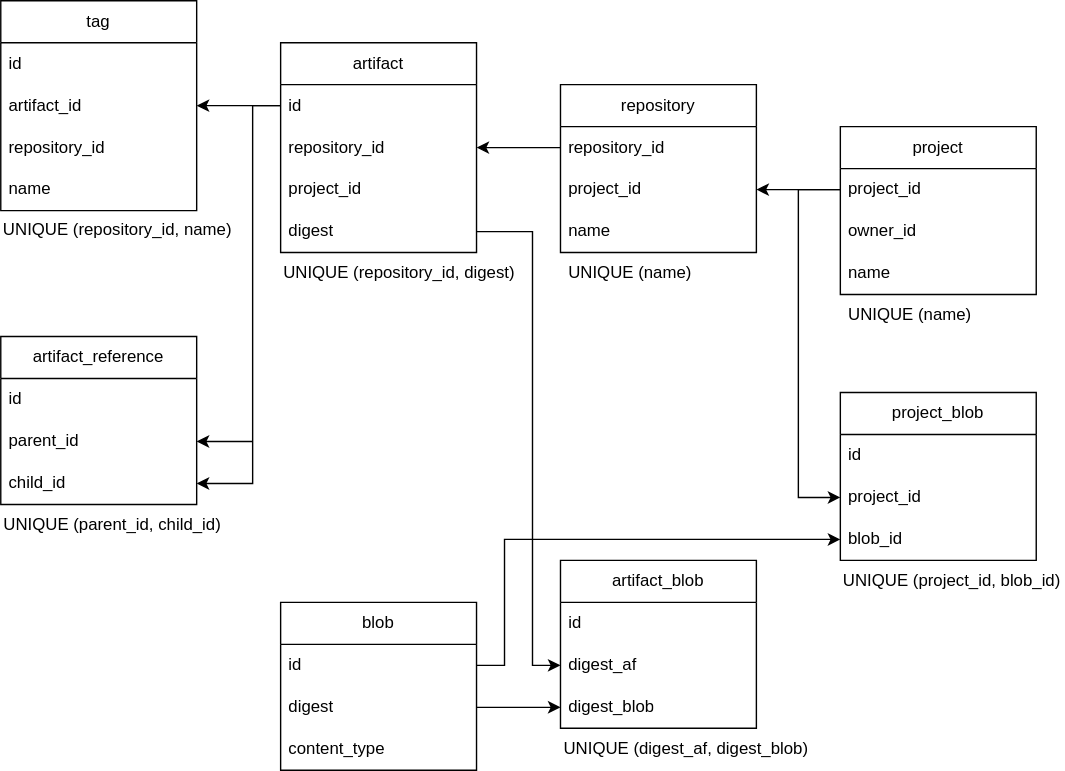
Before: docs/db_design.drawio.svg, a diagram exported from draw.io (kojiTree/Harbor_demo). Source tidied: cells renumbered, new cells last; positions are measured from the earlier drawing's top-left corner, leaving out a move shared by most shapes. Its diagram source:
```xml
<mxGraphModel>
  <root>
    <mxCell id="0" />
    <mxCell id="1" parent="0" />
    <mxCell id="2" value="project" style="swimlane;fontStyle=0;horizontal=1;startSize=30;whiteSpace=wrap;html=1;" parent="1" vertex="1">
      <mxGeometry x="600" y="90" width="140" height="120" as="geometry" />
    </mxCell>
    <mxCell id="3" value="project_id" style="text;strokeColor=none;fillColor=none;align=left;verticalAlign=middle;spacingLeft=4;spacingRight=4;overflow=hidden;points=[[0,0.5],[1,0.5]];portConstraint=eastwest;whiteSpace=wrap;html=1;" parent="2" vertex="1">
      <mxGeometry y="30" width="140" height="30" as="geometry" />
    </mxCell>
    <mxCell id="4" value="owner_id" style="text;strokeColor=none;fillColor=none;align=left;verticalAlign=middle;spacingLeft=4;spacingRight=4;overflow=hidden;whiteSpace=wrap;html=1;" parent="2" vertex="1">
      <mxGeometry y="60" width="140" height="30" as="geometry" />
    </mxCell>
    <mxCell id="5" value="name" style="text;strokeColor=none;fillColor=none;align=left;verticalAlign=middle;spacingLeft=4;spacingRight=4;overflow=hidden;whiteSpace=wrap;html=1;" parent="2" vertex="1">
      <mxGeometry y="90" width="140" height="30" as="geometry" />
    </mxCell>
    <mxCell id="6" value="repository" style="swimlane;fontStyle=0;horizontal=1;startSize=30;whiteSpace=wrap;html=1;" parent="1" vertex="1">
      <mxGeometry x="400" y="60" width="140" height="120" as="geometry" />
    </mxCell>
    <mxCell id="7" value="repository_id" style="text;strokeColor=none;fillColor=none;align=left;verticalAlign=middle;spacingLeft=4;spacingRight=4;overflow=hidden;points=[[0,0.5],[1,0.5]];portConstraint=eastwest;whiteSpace=wrap;html=1;" parent="6" vertex="1">
      <mxGeometry y="30" width="140" height="30" as="geometry" />
    </mxCell>
    <mxCell id="8" value="project_id" style="text;strokeColor=none;fillColor=none;align=left;verticalAlign=middle;spacingLeft=4;spacingRight=4;overflow=hidden;points=[[0,0.5],[1,0.5]];portConstraint=eastwest;whiteSpace=wrap;html=1;" parent="6" vertex="1">
      <mxGeometry y="60" width="140" height="30" as="geometry" />
    </mxCell>
    <mxCell id="9" value="name" style="text;strokeColor=none;fillColor=none;align=left;verticalAlign=middle;spacingLeft=4;spacingRight=4;overflow=hidden;whiteSpace=wrap;html=1;" parent="6" vertex="1">
      <mxGeometry y="90" width="140" height="30" as="geometry" />
    </mxCell>
    <mxCell id="10" style="edgeStyle=none;html=1;exitX=0;exitY=0.5;exitDx=0;exitDy=0;entryX=1;entryY=0.5;entryDx=0;entryDy=0;" parent="1" edge="1" source="12" target="18">
      <mxGeometry relative="1" as="geometry" />
    </mxCell>
    <mxCell id="11" value="artifact" style="swimlane;fontStyle=0;horizontal=1;startSize=30;whiteSpace=wrap;html=1;" parent="1" vertex="1">
      <mxGeometry x="200" y="30" width="140" height="150" as="geometry" />
    </mxCell>
    <mxCell id="12" value="id" style="text;strokeColor=none;fillColor=none;align=left;verticalAlign=middle;spacingLeft=4;spacingRight=4;overflow=hidden;points=[[0,0.5],[1,0.5]];portConstraint=eastwest;whiteSpace=wrap;html=1;" parent="11" vertex="1">
      <mxGeometry y="30" width="140" height="30" as="geometry" />
    </mxCell>
    <mxCell id="13" value="repository_id" style="text;strokeColor=none;fillColor=none;align=left;verticalAlign=middle;spacingLeft=4;spacingRight=4;overflow=hidden;points=[[0,0.5],[1,0.5]];portConstraint=eastwest;whiteSpace=wrap;html=1;" parent="11" vertex="1">
      <mxGeometry y="60" width="140" height="30" as="geometry" />
    </mxCell>
    <mxCell id="14" value="project_id" style="text;strokeColor=none;fillColor=none;align=left;verticalAlign=middle;spacingLeft=4;spacingRight=4;overflow=hidden;whiteSpace=wrap;html=1;" parent="11" vertex="1">
      <mxGeometry y="90" width="140" height="30" as="geometry" />
    </mxCell>
    <mxCell id="15" value="digest" style="text;strokeColor=none;fillColor=none;align=left;verticalAlign=middle;spacingLeft=4;spacingRight=4;overflow=hidden;points=[[0,0.5],[1,0.5]];portConstraint=eastwest;whiteSpace=wrap;html=1;" parent="11" vertex="1">
      <mxGeometry y="120" width="140" height="30" as="geometry" />
    </mxCell>
    <mxCell id="16" value="tag" style="swimlane;fontStyle=0;horizontal=1;startSize=30;whiteSpace=wrap;html=1;" parent="1" vertex="1">
      <mxGeometry width="140" height="150" as="geometry" />
    </mxCell>
    <mxCell id="17" value="id" style="text;strokeColor=none;fillColor=none;align=left;verticalAlign=middle;spacingLeft=4;spacingRight=4;overflow=hidden;whiteSpace=wrap;html=1;" parent="16" vertex="1">
      <mxGeometry y="30" width="140" height="30" as="geometry" />
    </mxCell>
    <mxCell id="18" value="artifact_id" style="text;strokeColor=none;fillColor=none;align=left;verticalAlign=middle;spacingLeft=4;spacingRight=4;overflow=hidden;points=[[0,0.5],[1,0.5]];portConstraint=eastwest;whiteSpace=wrap;html=1;" parent="16" vertex="1">
      <mxGeometry y="60" width="140" height="30" as="geometry" />
    </mxCell>
    <mxCell id="19" value="repository_id" style="text;strokeColor=none;fillColor=none;align=left;verticalAlign=middle;spacingLeft=4;spacingRight=4;overflow=hidden;whiteSpace=wrap;html=1;" parent="16" vertex="1">
      <mxGeometry y="90" width="140" height="30" as="geometry" />
    </mxCell>
    <mxCell id="20" value="name" style="text;strokeColor=none;fillColor=none;align=left;verticalAlign=middle;spacingLeft=4;spacingRight=4;overflow=hidden;whiteSpace=wrap;html=1;" parent="16" vertex="1">
      <mxGeometry y="120" width="140" height="30" as="geometry" />
    </mxCell>
    <mxCell id="21" value="UNIQUE (repository_id, name)" style="text;whiteSpace=wrap;" parent="1" vertex="1">
      <mxGeometry y="150" width="170" height="30" as="geometry" />
    </mxCell>
    <mxCell id="22" value="UNIQUE (repository_id, digest)" style="text;html=1;align=center;verticalAlign=middle;whiteSpace=wrap;rounded=0;" parent="1" vertex="1">
      <mxGeometry x="200" y="180" width="170" height="30" as="geometry" />
    </mxCell>
    <mxCell id="23" style="edgeStyle=none;html=1;exitX=0;exitY=0.5;exitDx=0;exitDy=0;entryX=1;entryY=0.5;entryDx=0;entryDy=0;" parent="1" edge="1" source="7" target="13">
      <mxGeometry relative="1" as="geometry" />
    </mxCell>
    <mxCell id="24" style="edgeStyle=none;html=1;exitX=0;exitY=0.5;exitDx=0;exitDy=0;entryX=1;entryY=0.5;entryDx=0;entryDy=0;" parent="1" edge="1" source="3" target="8">
      <mxGeometry relative="1" as="geometry" />
    </mxCell>
    <mxCell id="25" value="UNIQUE (name)" style="text;html=1;align=center;verticalAlign=middle;whiteSpace=wrap;rounded=0;" parent="1" vertex="1">
      <mxGeometry x="400" y="180" width="100" height="30" as="geometry" />
    </mxCell>
    <mxCell id="26" value="UNIQUE (name)" style="text;html=1;align=center;verticalAlign=middle;whiteSpace=wrap;rounded=0;" parent="1" vertex="1">
      <mxGeometry x="600" y="210" width="100" height="30" as="geometry" />
    </mxCell>
    <mxCell id="27" value="artifact_reference" style="swimlane;fontStyle=0;horizontal=1;startSize=30;whiteSpace=wrap;html=1;" parent="1" vertex="1">
      <mxGeometry y="240" width="140" height="120" as="geometry" />
    </mxCell>
    <mxCell id="28" value="id" style="text;strokeColor=none;fillColor=none;align=left;verticalAlign=middle;spacingLeft=4;spacingRight=4;overflow=hidden;whiteSpace=wrap;html=1;" parent="27" vertex="1">
      <mxGeometry y="30" width="140" height="30" as="geometry" />
    </mxCell>
    <mxCell id="29" value="parent_id" style="text;strokeColor=none;fillColor=none;align=left;verticalAlign=middle;spacingLeft=4;spacingRight=4;overflow=hidden;points=[[0,0.5],[1,0.5]];portConstraint=eastwest;whiteSpace=wrap;html=1;" parent="27" vertex="1">
      <mxGeometry y="60" width="140" height="30" as="geometry" />
    </mxCell>
    <mxCell id="30" value="child_id" style="text;strokeColor=none;fillColor=none;align=left;verticalAlign=middle;spacingLeft=4;spacingRight=4;overflow=hidden;points=[[0,0.5],[1,0.5]];portConstraint=eastwest;whiteSpace=wrap;html=1;" parent="27" vertex="1">
      <mxGeometry y="90" width="140" height="30" as="geometry" />
    </mxCell>
    <mxCell id="31" value="UNIQUE (parent_id, child_id)" style="text;html=1;align=center;verticalAlign=middle;whiteSpace=wrap;rounded=0;" parent="1" vertex="1">
      <mxGeometry y="360" width="160" height="30" as="geometry" />
    </mxCell>
    <mxCell id="32" style="edgeStyle=orthogonalEdgeStyle;html=1;exitX=0;exitY=0.5;exitDx=0;exitDy=0;entryX=1;entryY=0.5;entryDx=0;entryDy=0;rounded=0;curved=0;" parent="1" edge="1" source="12" target="30">
      <mxGeometry relative="1" as="geometry">
        <Array as="points">
          <mxPoint x="180" y="75" />
          <mxPoint x="180" y="345" />
        </Array>
      </mxGeometry>
    </mxCell>
    <mxCell id="33" style="endArrow=classic;html=1;entryX=1;entryY=0.5;entryDx=0;entryDy=0;" parent="1" edge="1" target="29">
      <mxGeometry relative="1" as="geometry">
        <mxPoint x="180" y="315" as="sourcePoint" />
      </mxGeometry>
    </mxCell>
    <mxCell id="34" value="blob" style="swimlane;fontStyle=0;horizontal=1;startSize=30;whiteSpace=wrap;html=1;" parent="1" vertex="1">
      <mxGeometry x="200" y="430" width="140" height="120" as="geometry" />
    </mxCell>
    <mxCell id="35" value="id" style="text;strokeColor=none;fillColor=none;align=left;verticalAlign=middle;spacingLeft=4;spacingRight=4;overflow=hidden;points=[[0,0.5],[1,0.5]];portConstraint=eastwest;whiteSpace=wrap;html=1;" parent="34" vertex="1">
      <mxGeometry y="30" width="140" height="30" as="geometry" />
    </mxCell>
    <mxCell id="36" value="digest" style="text;strokeColor=none;fillColor=none;align=left;verticalAlign=middle;spacingLeft=4;spacingRight=4;overflow=hidden;points=[[0,0.5],[1,0.5]];portConstraint=eastwest;whiteSpace=wrap;html=1;" parent="34" vertex="1">
      <mxGeometry y="60" width="140" height="30" as="geometry" />
    </mxCell>
    <mxCell id="37" value="content_type" style="text;strokeColor=none;fillColor=none;align=left;verticalAlign=middle;spacingLeft=4;spacingRight=4;overflow=hidden;whiteSpace=wrap;html=1;" parent="34" vertex="1">
      <mxGeometry y="90" width="140" height="30" as="geometry" />
    </mxCell>
    <mxCell id="38" style="edgeStyle=orthogonalEdgeStyle;html=1;exitX=1;exitY=0.5;exitDx=0;exitDy=0;entryX=0;entryY=0.5;entryDx=0;entryDy=0;rounded=0;curved=0;" parent="1" edge="1" source="15" target="46">
      <mxGeometry relative="1" as="geometry">
        <Array as="points">
          <mxPoint x="380" y="165" />
          <mxPoint x="380" y="475" />
        </Array>
      </mxGeometry>
    </mxCell>
    <mxCell id="39" value="project_blob" style="swimlane;fontStyle=0;horizontal=1;startSize=30;whiteSpace=wrap;html=1;" parent="1" vertex="1">
      <mxGeometry x="600" y="280" width="140" height="120" as="geometry" />
    </mxCell>
    <mxCell id="40" value="id" style="text;strokeColor=none;fillColor=none;align=left;verticalAlign=middle;spacingLeft=4;spacingRight=4;overflow=hidden;whiteSpace=wrap;html=1;" parent="39" vertex="1">
      <mxGeometry y="30" width="140" height="30" as="geometry" />
    </mxCell>
    <mxCell id="41" value="project_id" style="text;strokeColor=none;fillColor=none;align=left;verticalAlign=middle;spacingLeft=4;spacingRight=4;overflow=hidden;points=[[0,0.5],[1,0.5]];portConstraint=eastwest;whiteSpace=wrap;html=1;" parent="39" vertex="1">
      <mxGeometry y="60" width="140" height="30" as="geometry" />
    </mxCell>
    <mxCell id="42" value="blob_id" style="text;strokeColor=none;fillColor=none;align=left;verticalAlign=middle;spacingLeft=4;spacingRight=4;overflow=hidden;points=[[0,0.5],[1,0.5]];portConstraint=eastwest;whiteSpace=wrap;html=1;" parent="39" vertex="1">
      <mxGeometry y="90" width="140" height="30" as="geometry" />
    </mxCell>
    <mxCell id="43" style="edgeStyle=orthogonalEdgeStyle;html=1;exitX=0;exitY=0.5;exitDx=0;exitDy=0;rounded=0;curved=0;entryX=0;entryY=0.5;entryDx=0;entryDy=0;" parent="1" edge="1" source="3" target="41">
      <mxGeometry relative="1" as="geometry">
        <Array as="points">
          <mxPoint x="570" y="135" />
          <mxPoint x="570" y="355" />
        </Array>
      </mxGeometry>
    </mxCell>
    <mxCell id="44" value="artifact_blob" style="swimlane;fontStyle=0;horizontal=1;startSize=30;whiteSpace=wrap;html=1;" parent="1" vertex="1">
      <mxGeometry x="400" y="400" width="140" height="120" as="geometry" />
    </mxCell>
    <mxCell id="45" value="id" style="text;strokeColor=none;fillColor=none;align=left;verticalAlign=middle;spacingLeft=4;spacingRight=4;overflow=hidden;whiteSpace=wrap;html=1;" parent="44" vertex="1">
      <mxGeometry y="30" width="140" height="30" as="geometry" />
    </mxCell>
    <mxCell id="46" value="digest_af" style="text;strokeColor=none;fillColor=none;align=left;verticalAlign=middle;spacingLeft=4;spacingRight=4;overflow=hidden;points=[[0,0.5],[1,0.5]];portConstraint=eastwest;whiteSpace=wrap;html=1;" parent="44" vertex="1">
      <mxGeometry y="60" width="140" height="30" as="geometry" />
    </mxCell>
    <mxCell id="47" value="digest_blob" style="text;strokeColor=none;fillColor=none;align=left;verticalAlign=middle;spacingLeft=4;spacingRight=4;overflow=hidden;points=[[0,0.5],[1,0.5]];portConstraint=eastwest;whiteSpace=wrap;html=1;" parent="44" vertex="1">
      <mxGeometry y="90" width="140" height="30" as="geometry" />
    </mxCell>
    <mxCell id="48" value="UNIQUE (digest_af, digest_blob)" style="text;html=1;align=center;verticalAlign=middle;whiteSpace=wrap;rounded=0;" parent="1" vertex="1">
      <mxGeometry x="400" y="520" width="180" height="30" as="geometry" />
    </mxCell>
    <mxCell id="49" style="edgeStyle=none;html=1;exitX=1;exitY=0.5;exitDx=0;exitDy=0;entryX=0;entryY=0.5;entryDx=0;entryDy=0;" parent="1" edge="1" source="36" target="47">
      <mxGeometry relative="1" as="geometry" />
    </mxCell>
    <mxCell id="50" style="edgeStyle=orthogonalEdgeStyle;html=1;exitX=1;exitY=0.5;exitDx=0;exitDy=0;entryX=0;entryY=0.5;entryDx=0;entryDy=0;rounded=0;curved=0;" parent="1" edge="1" source="35" target="42">
      <mxGeometry relative="1" as="geometry">
        <Array as="points">
          <mxPoint x="360" y="475" />
          <mxPoint x="360" y="385" />
        </Array>
      </mxGeometry>
    </mxCell>
    <mxCell id="51" value="UNIQUE (project_id, blob_id)" style="text;html=1;align=center;verticalAlign=middle;whiteSpace=wrap;rounded=0;" parent="1" vertex="1">
      <mxGeometry x="600" y="400" width="160" height="30" as="geometry" />
    </mxCell>
  </root>
</mxGraphModel>
```
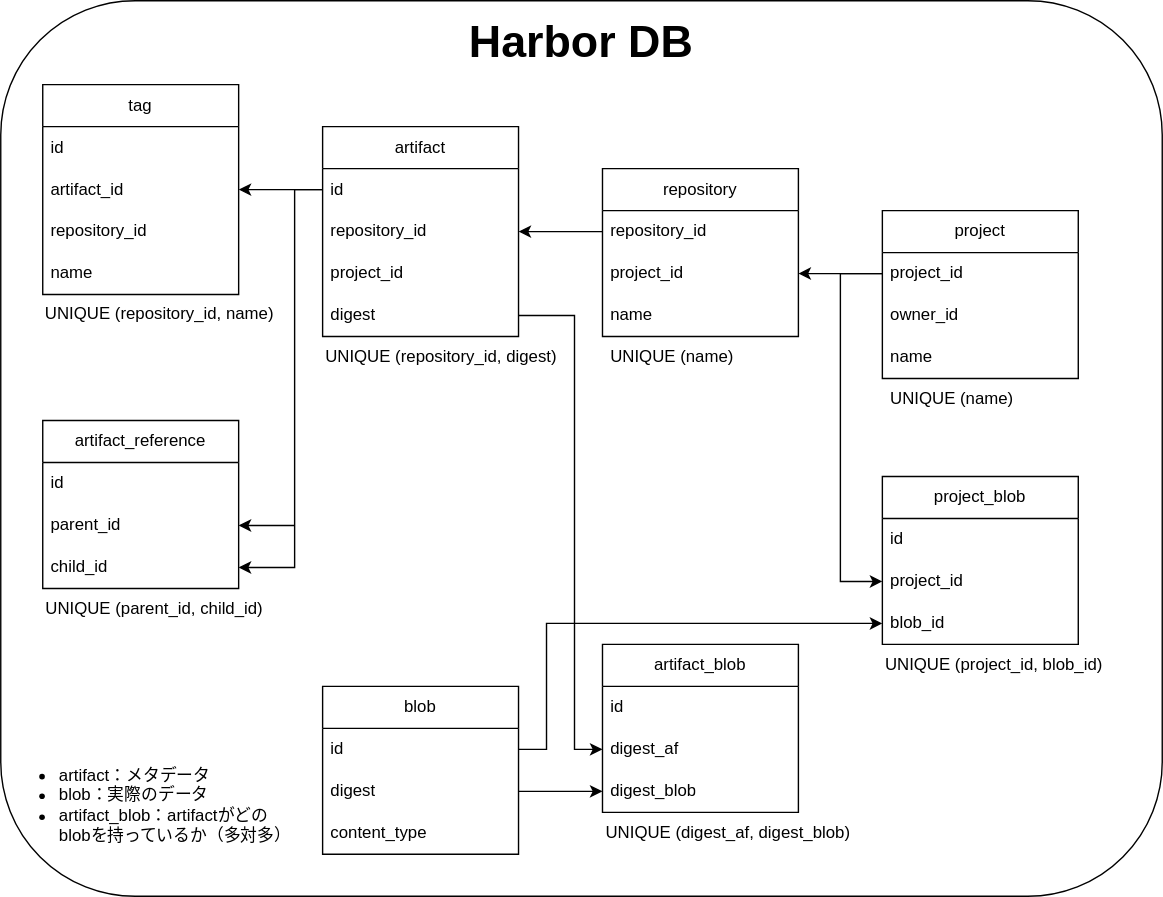
Later version of the same file.

Diff of the diagram source:
```diff
@@ -2,6 +2,9 @@
   <root>
     <mxCell id="0" />
     <mxCell id="1" parent="0" />
+    <mxCell id="52" style="rounded=1;whiteSpace=wrap;html=1;" parent="1" vertex="1">
+      <mxGeometry x="-30" y="-60" width="830" height="640" as="geometry" />
+    </mxCell>
     <mxCell id="2" value="project" style="swimlane;fontStyle=0;horizontal=1;startSize=30;whiteSpace=wrap;html=1;" parent="1" vertex="1">
       <mxGeometry x="600" y="90" width="140" height="120" as="geometry" />
     </mxCell>
@@ -174,5 +177,11 @@
     <mxCell id="51" value="UNIQUE (project_id, blob_id)" style="text;html=1;align=center;verticalAlign=middle;whiteSpace=wrap;rounded=0;" parent="1" vertex="1">
       <mxGeometry x="600" y="400" width="160" height="30" as="geometry" />
     </mxCell>
+    <mxCell id="53" value="&lt;b&gt;&lt;font style=&quot;font-size: 32px;&quot;&gt;Harbor DB&lt;/font&gt;&lt;/b&gt;" style="text;html=1;align=center;verticalAlign=middle;whiteSpace=wrap;rounded=0;" parent="1" vertex="1">
+      <mxGeometry x="290" y="-60" width="190" height="60" as="geometry" />
+    </mxCell>
+    <mxCell id="54" value="&lt;ul&gt;&lt;li&gt;artifact：メタデータ&lt;/li&gt;&lt;li&gt;blob：実際のデータ&lt;/li&gt;&lt;li&gt;artifact_blob：artifactがどのblobを持っているか（多対多）&lt;/li&gt;&lt;/ul&gt;" style="text;html=1;align=left;verticalAlign=middle;whiteSpace=wrap;rounded=0;" parent="1" vertex="1">
+      <mxGeometry x="-30" y="480" width="210" height="70" as="geometry" />
+    </mxCell>
   </root>
 </mxGraphModel>
```
